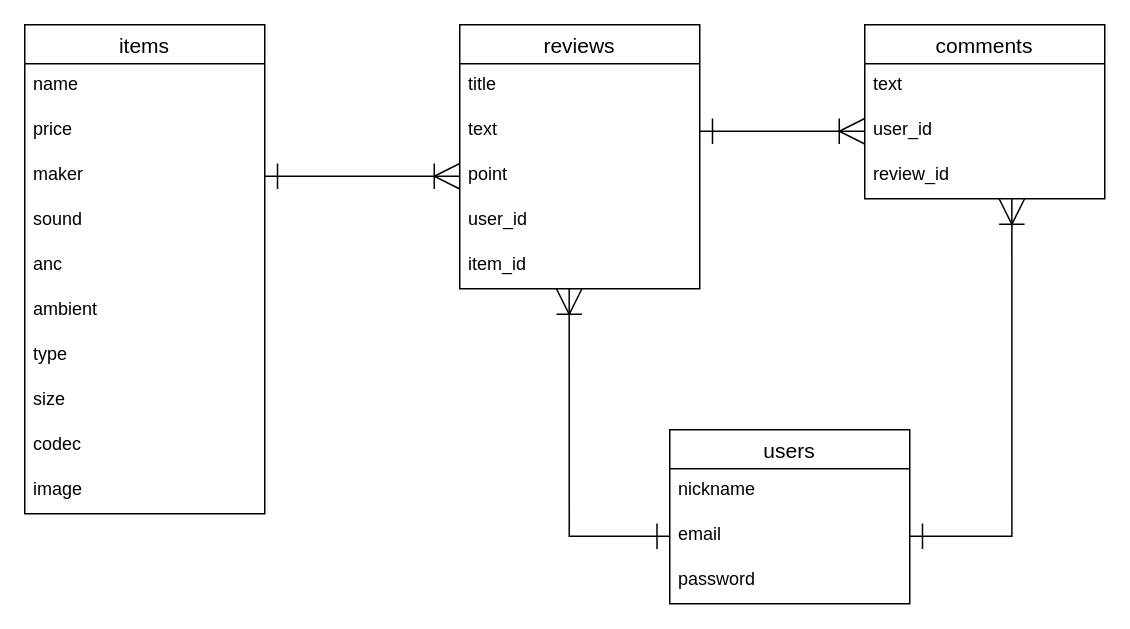
The draw.io diagram データベース.dio in renontech/wirelessearphone-36402, before the edit. Source tidied: cells renumbered, new cells numbered last; positions are measured from the earlier drawing's top-left corner, leaving out a move shared by most shapes. Both pictures are drawn from the tidied source at 150%, with x=0, y=0 at pixel (24, 24).
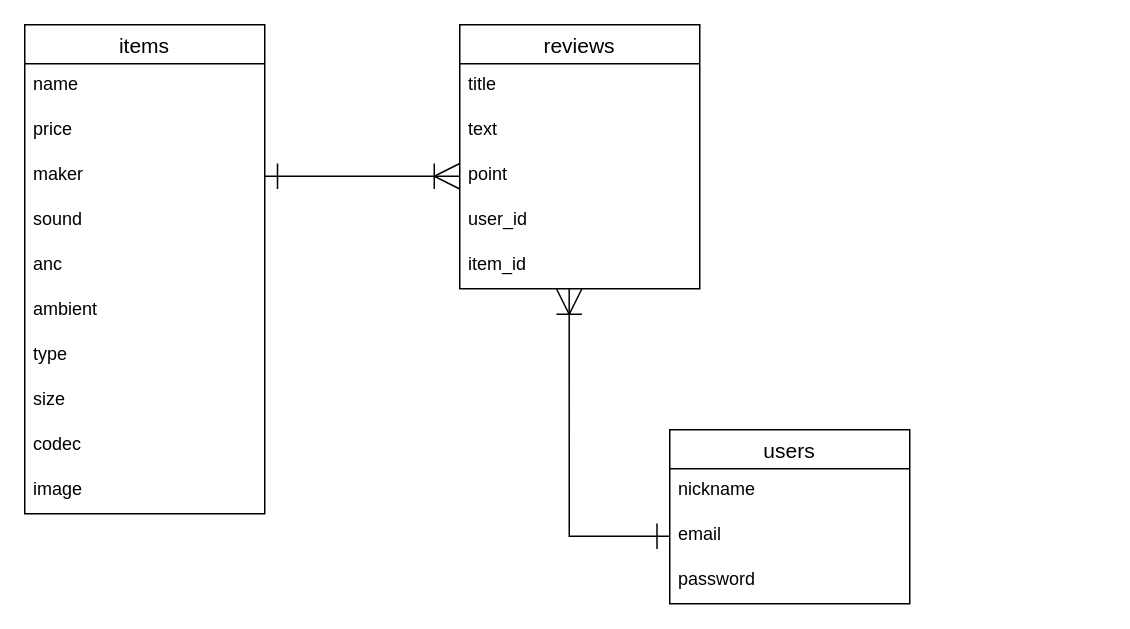
The same page after the edit.

The change refers to these unchanged cells:
```xml
<mxCell id="15" value="text" style="text;strokeColor=none;fillColor=none;spacingLeft=4;spacingRight=4;overflow=hidden;points=[[0,0.5],[1,0.5]];portConstraint=eastwest;fontSize=12;" parent="13" vertex="1">
  <mxGeometry y="56" width="160" height="30" as="geometry" />
</mxCell>
<mxCell id="27" value="email" style="text;strokeColor=none;fillColor=none;spacingLeft=4;spacingRight=4;overflow=hidden;points=[[0,0.5],[1,0.5]];portConstraint=eastwest;fontSize=12;" parent="25" vertex="1">
  <mxGeometry y="56" width="160" height="30" as="geometry" />
</mxCell>
```

What changed in the source:
```diff
@@
-    <mxCell id="20" value="comments" style="swimlane;fontStyle=0;horizontal=1;startSize=26;align=center;fontSize=14;" parent="1" vertex="1">
-      <mxGeometry x="560" width="160" height="116" as="geometry" />
-    </mxCell>
-    <mxCell id="21" value="text" style="text;strokeColor=none;fillColor=none;spacingLeft=4;spacingRight=4;overflow=hidden;fontSize=12;" parent="20" vertex="1">
-      <mxGeometry y="26" width="160" height="30" as="geometry" />
-    </mxCell>
-    <mxCell id="22" value="user_id" style="text;strokeColor=none;fillColor=none;spacingLeft=4;spacingRight=4;overflow=hidden;points=[[0,0.5],[1,0.5]];portConstraint=eastwest;fontSize=12;" parent="20" vertex="1">
-      <mxGeometry y="56" width="160" height="30" as="geometry" />
-    </mxCell>
-    <mxCell id="23" value="review_id" style="text;strokeColor=none;fillColor=none;spacingLeft=4;spacingRight=4;overflow=hidden;points=[[0,0.5],[1,0.5]];portConstraint=eastwest;fontSize=12;" parent="20" vertex="1">
-      <mxGeometry y="86" width="160" height="30" as="geometry" />
-    </mxCell>
-    <mxCell id="24" style="edgeStyle=orthogonalEdgeStyle;rounded=0;jettySize=auto;html=1;exitX=1;exitY=0.5;exitDx=0;exitDy=0;startArrow=ERone;startFill=0;endArrow=ERoneToMany;endFill=0;startSize=15;endSize=15;" parent="1" edge="1" source="15" target="22">
-      <mxGeometry relative="1" as="geometry" />
-    </mxCell>
@@
-    <mxCell id="30" style="edgeStyle=orthogonalEdgeStyle;rounded=0;jettySize=auto;html=1;exitX=1;exitY=0.5;exitDx=0;exitDy=0;entryX=0.613;entryY=1;entryDx=0;entryDy=0;entryPerimeter=0;startArrow=ERone;startFill=0;endArrow=ERoneToMany;endFill=0;startSize=15;endSize=15;" parent="1" edge="1" source="27" target="23">
-      <mxGeometry relative="1" as="geometry" />
-    </mxCell>
```
